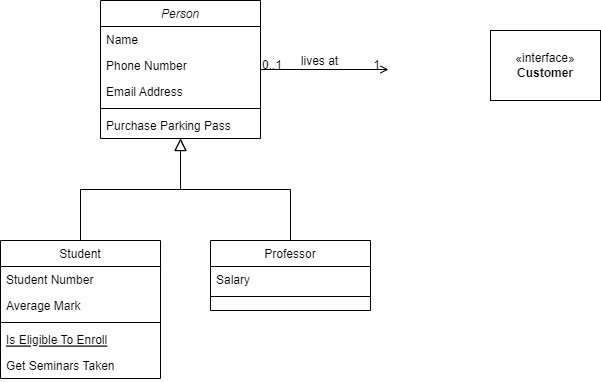
Before: Assign3Part3 Diagram.drawio.png, a diagram exported from draw.io (jimmyjazz31/CS665Assign3). Source tidied: cells renumbered, new cells last; positions are measured from the earlier drawing's top-left corner, leaving out a move shared by most shapes.
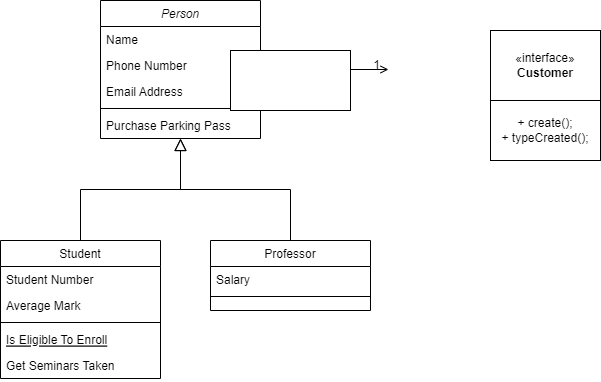
The same diagram one commit later.

What changed in the source:
```diff
@@ -77,5 +77,11 @@
     <mxCell id="23" value="«interface»&lt;br&gt;&lt;b&gt;Customer&lt;/b&gt;" style="html=1;whiteSpace=wrap;" parent="1" vertex="1">
       <mxGeometry x="490" y="30" width="110" height="70" as="geometry" />
     </mxCell>
+    <mxCell id="24" style="rounded=0;whiteSpace=wrap;html=1;" parent="1" vertex="1">
+      <mxGeometry x="230" y="50" width="120" height="60" as="geometry" />
+    </mxCell>
+    <mxCell id="25" value="+ create();&lt;div&gt;+ typeCreated();&lt;/div&gt;" style="rounded=0;whiteSpace=wrap;html=1;" parent="1" vertex="1">
+      <mxGeometry x="490" y="100" width="110" height="60" as="geometry" />
+    </mxCell>
   </root>
 </mxGraphModel>
```
